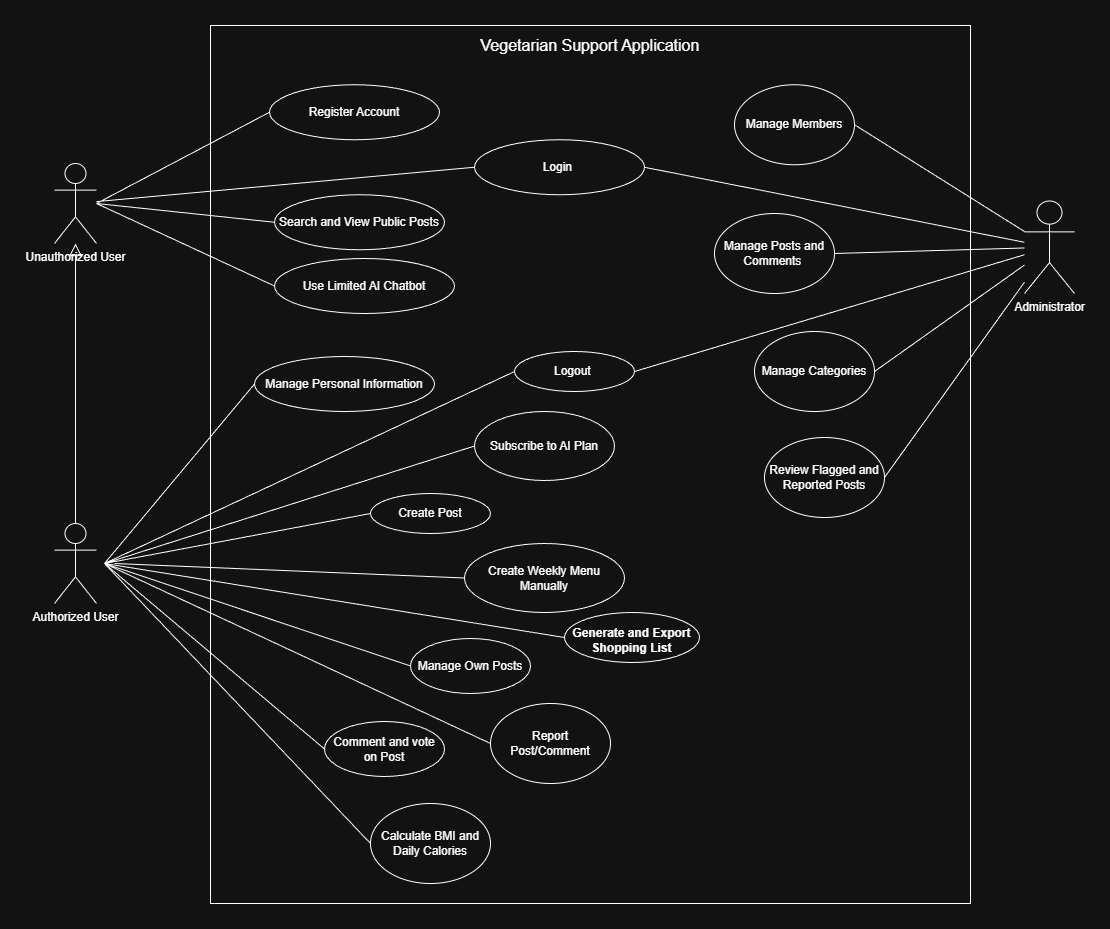
This is docs/diagrams/UseCase/usecase-vegetarian-support-application.drawio.png from NgaiLong49423/vegetarian-support-system, a draw.io export, as it was before one commit. Source tidied: cells renumbered, new cells last; positions are measured from the earlier drawing's top-left corner, leaving out a move shared by most shapes.
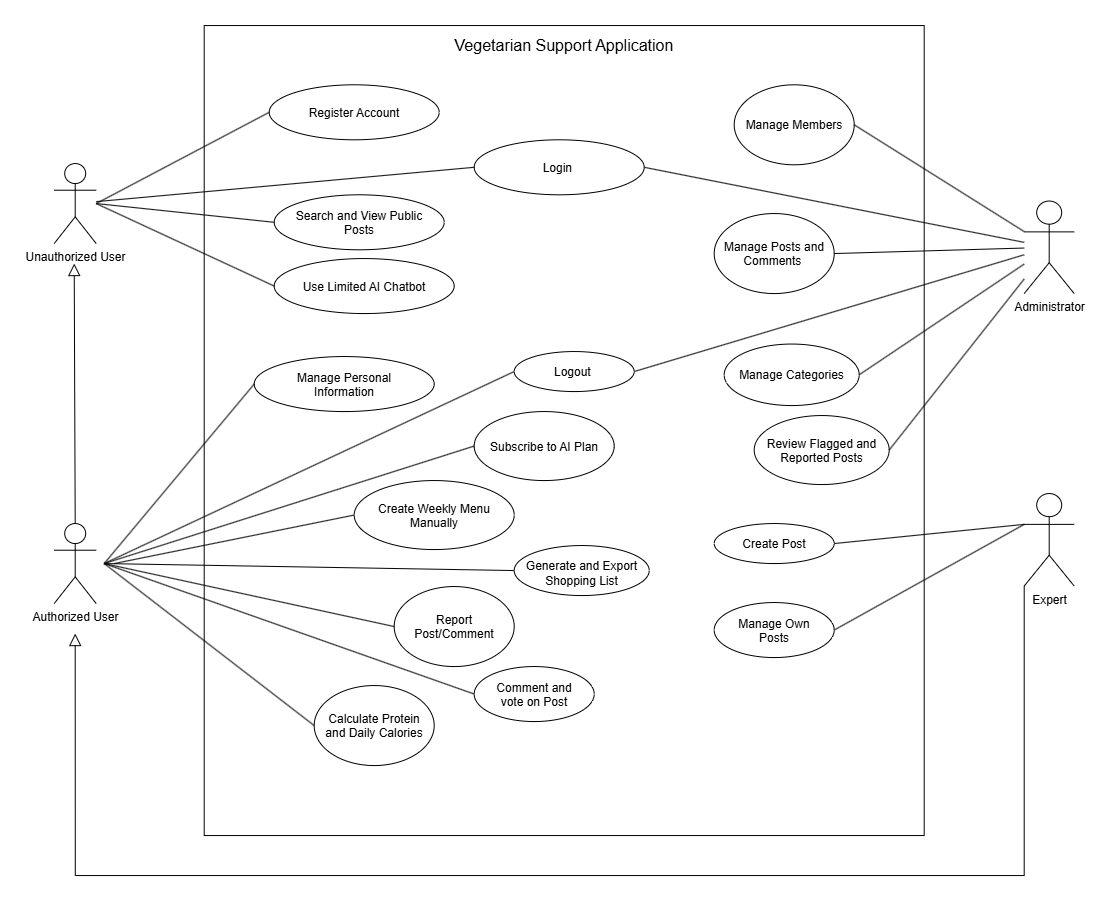
The same file after the commit.

Commit message:
chore(diagram): update use case diagram and associated image

What changed in the source:
```diff
@@ -3,7 +3,7 @@
     <mxCell id="0" />
     <mxCell id="1" parent="0" />
     <mxCell id="2" value="Vegetarian Support Application" style="rounded=0;whiteSpace=wrap;html=1;strokeWidth=1;verticalAlign=top;fontStyle=0;fontSize=16;spacingTop=4;fontFamily=Helvetica;" parent="1" vertex="1">
-      <mxGeometry x="156" width="760" height="878" as="geometry" />
+      <mxGeometry x="150" width="720" height="810" as="geometry" />
     </mxCell>
     <mxCell id="3" value="Unauthorized User" style="shape=umlActor;verticalLabelPosition=bottom;verticalAlign=top;html=1;outlineConnect=0;strokeWidth=1;fontFamily=Helvetica;fontSize=12;" parent="1" vertex="1">
       <mxGeometry y="138" width="42" height="80" as="geometry" />
@@ -14,8 +14,10 @@
     <mxCell id="5" value="Administrator" style="shape=umlActor;verticalLabelPosition=bottom;verticalAlign=top;html=1;outlineConnect=0;strokeWidth=1;fontFamily=Helvetica;fontSize=12;" parent="1" vertex="1">
       <mxGeometry x="970" y="175.5" width="50" height="92.5" as="geometry" />
     </mxCell>
-    <mxCell id="6" style="endArrow=block;endSize=10;endFill=0;html=1;rounded=0;strokeWidth=1;exitX=0.5;exitY=0;exitDx=0;exitDy=0;exitPerimeter=0;entryX=0.5;entryY=1;entryDx=0;entryDy=0;entryPerimeter=0;fontSize=12;" parent="1" edge="1" source="4" target="3">
-      <mxGeometry relative="1" as="geometry" />
+    <mxCell id="6" style="endArrow=block;endSize=10;endFill=0;html=1;rounded=0;strokeWidth=1;exitX=0.5;exitY=0;exitDx=0;exitDy=0;exitPerimeter=0;fontSize=12;" parent="1" edge="1" source="4">
+      <mxGeometry relative="1" as="geometry">
+        <mxPoint x="20" y="238" as="targetPoint" />
+      </mxGeometry>
     </mxCell>
     <mxCell id="7" value="Login&amp;nbsp;" style="ellipse;whiteSpace=wrap;html=1;shapeInside=1;fontSize=12;" parent="1" vertex="1">
       <mxGeometry x="420" y="114.2" width="170" height="55" as="geometry" />
@@ -51,13 +53,13 @@
       </mxGeometry>
     </mxCell>
     <mxCell id="16" value="Comment and vote on Post" style="ellipse;whiteSpace=wrap;html=1;shapeInside=1;fontSize=12;" parent="1" vertex="1">
-      <mxGeometry x="270" y="696" width="120" height="55" as="geometry" />
+      <mxGeometry x="420" y="641" width="120" height="55" as="geometry" />
     </mxCell>
     <mxCell id="17" value="Manage Own Posts" style="ellipse;whiteSpace=wrap;html=1;shapeInside=1;fontSize=12;" parent="1" vertex="1">
-      <mxGeometry x="356" y="613" width="120" height="55" as="geometry" />
+      <mxGeometry x="660" y="577" width="120" height="55" as="geometry" />
     </mxCell>
     <mxCell id="18" value="Create Post" style="ellipse;whiteSpace=wrap;html=1;shapeInside=1;fontSize=12;" parent="1" vertex="1">
-      <mxGeometry x="316" y="468" width="120" height="40" as="geometry" />
+      <mxGeometry x="660" y="498" width="120" height="40" as="geometry" />
     </mxCell>
     <mxCell id="19" value="Logout&amp;nbsp;" style="ellipse;whiteSpace=wrap;html=1;shapeInside=1;fontSize=12;" parent="1" vertex="1">
       <mxGeometry x="460" y="326" width="120" height="40" as="geometry" />
@@ -69,19 +71,19 @@
       <mxGeometry x="420" y="386" width="140" height="69" as="geometry" />
     </mxCell>
     <mxCell id="22" value="Create Weekly Menu Manually" style="ellipse;whiteSpace=wrap;html=1;shapeInside=1;fontSize=12;" parent="1" vertex="1">
-      <mxGeometry x="410" y="518" width="160" height="69" as="geometry" />
+      <mxGeometry x="300" y="455" width="160" height="69" as="geometry" />
     </mxCell>
     <mxCell id="23" value="Report Post/Comment" style="ellipse;whiteSpace=wrap;html=1;shapeInside=1;fontSize=12;" parent="1" vertex="1">
-      <mxGeometry x="436" y="678" width="120" height="80" as="geometry" />
+      <mxGeometry x="340" y="561" width="120" height="80" as="geometry" />
     </mxCell>
-    <mxCell id="24" value="&lt;div&gt;Calculate BMI and Daily Calories&lt;/div&gt;" style="ellipse;whiteSpace=wrap;html=1;shapeInside=1;fontSize=12;" parent="1" vertex="1">
-      <mxGeometry x="316" y="778" width="120" height="80" as="geometry" />
+    <mxCell id="24" value="&lt;div&gt;Calculate Protein and Daily Calories&lt;/div&gt;" style="ellipse;whiteSpace=wrap;html=1;shapeInside=1;fontSize=12;" parent="1" vertex="1">
+      <mxGeometry x="260" y="660" width="120" height="80" as="geometry" />
     </mxCell>
     <mxCell id="25" value="Review Flagged and Reported Posts" style="ellipse;whiteSpace=wrap;html=1;shapeInside=1;fontSize=12;" parent="1" vertex="1">
-      <mxGeometry x="710" y="412" width="120" height="80" as="geometry" />
+      <mxGeometry x="700" y="390" width="135" height="69" as="geometry" />
     </mxCell>
     <mxCell id="26" value="Manage Categories" style="ellipse;whiteSpace=wrap;html=1;shapeInside=1;fontSize=12;" parent="1" vertex="1">
-      <mxGeometry x="700" y="306" width="120" height="80" as="geometry" />
+      <mxGeometry x="670" y="318.5" width="135" height="61.5" as="geometry" />
     </mxCell>
     <mxCell id="27" value="Manage Posts and Comments&amp;nbsp;" style="ellipse;whiteSpace=wrap;html=1;shapeInside=1;fontSize=12;" parent="1" vertex="1">
       <mxGeometry x="660" y="188" width="120" height="80" as="geometry" />
@@ -104,15 +106,11 @@
         <mxPoint x="50" y="538" as="sourcePoint" />
       </mxGeometry>
     </mxCell>
-    <mxCell id="32" style="endArrow=none;html=1;rounded=0;exitX=0;exitY=0.5;exitDx=0;exitDy=0;" parent="1" edge="1" source="17">
-      <mxGeometry relative="1" as="geometry">
-        <mxPoint x="50" y="538" as="targetPoint" />
-      </mxGeometry>
+    <mxCell id="32" style="endArrow=none;html=1;rounded=0;exitX=1;exitY=0.5;exitDx=0;exitDy=0;entryX=0;entryY=0.3333333333333333;entryDx=0;entryDy=0;entryPerimeter=0;" parent="1" edge="1" source="17" target="45">
+      <mxGeometry relative="1" as="geometry" />
     </mxCell>
-    <mxCell id="33" style="endArrow=none;html=1;rounded=0;exitX=0;exitY=0.5;exitDx=0;exitDy=0;" parent="1" edge="1" source="18">
-      <mxGeometry relative="1" as="geometry">
-        <mxPoint x="50" y="538" as="targetPoint" />
-      </mxGeometry>
+    <mxCell id="33" style="endArrow=none;html=1;rounded=0;exitX=1;exitY=0.5;exitDx=0;exitDy=0;entryX=0;entryY=0.3333333333333333;entryDx=0;entryDy=0;entryPerimeter=0;" parent="1" edge="1" source="18" target="45">
+      <mxGeometry relative="1" as="geometry" />
     </mxCell>
     <mxCell id="34" style="endArrow=none;html=1;rounded=0;entryX=1;entryY=0.5;entryDx=0;entryDy=0;" parent="1" edge="1" source="5" target="19">
       <mxGeometry relative="1" as="geometry" />
@@ -149,13 +147,25 @@
         <mxPoint x="50" y="538" as="sourcePoint" />
       </mxGeometry>
     </mxCell>
-    <mxCell id="43" value="&lt;table&gt;&lt;tbody&gt;&lt;tr&gt;&lt;td&gt;&lt;/td&gt;&lt;/tr&gt;&lt;/tbody&gt;&lt;/table&gt;&lt;table&gt;&lt;tbody&gt;&lt;tr&gt;&lt;td&gt;&lt;strong&gt;Generate and Export Shopping List&lt;/strong&gt;&lt;/td&gt;&lt;/tr&gt;&lt;/tbody&gt;&lt;/table&gt;" style="ellipse;whiteSpace=wrap;html=1;" parent="1" vertex="1">
-      <mxGeometry x="510" y="587" width="135" height="50" as="geometry" />
+    <mxCell id="43" value="&lt;table&gt;&lt;tbody&gt;&lt;tr&gt;&lt;td&gt;&lt;/td&gt;&lt;/tr&gt;&lt;/tbody&gt;&lt;/table&gt;&lt;table&gt;&lt;tbody&gt;&lt;tr&gt;&lt;td&gt;Generate and Export Shopping List&lt;/td&gt;&lt;/tr&gt;&lt;/tbody&gt;&lt;/table&gt;" style="ellipse;whiteSpace=wrap;html=1;" parent="1" vertex="1">
+      <mxGeometry x="460" y="520" width="135" height="50" as="geometry" />
     </mxCell>
     <mxCell id="44" style="endArrow=none;html=1;rounded=0;entryX=0;entryY=0.5;entryDx=0;entryDy=0;" parent="1" edge="1" target="43">
       <mxGeometry relative="1" as="geometry">
         <mxPoint x="50" y="538" as="sourcePoint" />
       </mxGeometry>
     </mxCell>
+    <mxCell id="45" value="Expert" style="shape=umlActor;verticalLabelPosition=bottom;verticalAlign=top;html=1;outlineConnect=0;strokeWidth=1;fontFamily=Helvetica;fontSize=12;" parent="1" vertex="1">
+      <mxGeometry x="970" y="468" width="50" height="92.5" as="geometry" />
+    </mxCell>
+    <mxCell id="46" style="endArrow=block;endSize=10;endFill=0;html=1;rounded=0;strokeWidth=1;exitX=0;exitY=1;exitDx=0;exitDy=0;exitPerimeter=0;fontSize=12;edgeStyle=orthogonalEdgeStyle;" parent="1" edge="1" source="45">
+      <mxGeometry relative="1" as="geometry">
+        <mxPoint x="21" y="608" as="targetPoint" />
+        <Array as="points">
+          <mxPoint x="970" y="850" />
+          <mxPoint x="21.1" y="850" />
+        </Array>
+      </mxGeometry>
+    </mxCell>
   </root>
 </mxGraphModel>
```
